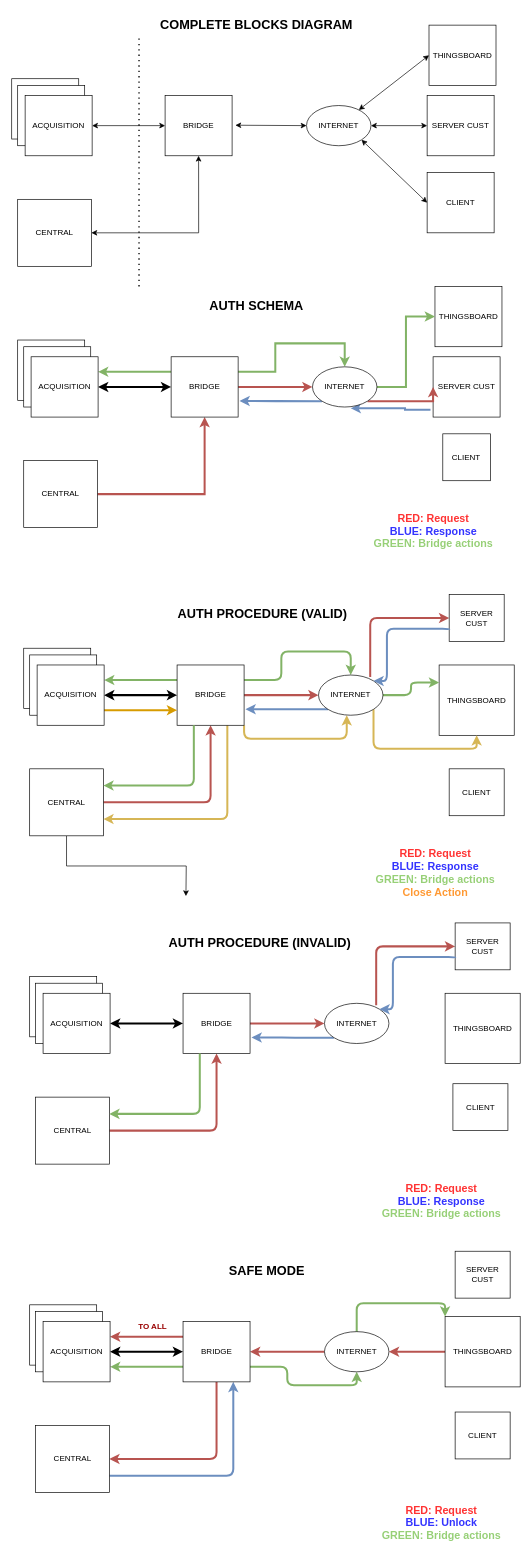
The draw.io diagram page "Page-1" (1 of 2) of Doc/Blocks/Working_Blocks/Working_Blocks.drawio in fmarzo/SMASHBOX, before the edit. Source tidied: cells renumbered, new cells numbered last; positions are measured from the earlier drawing's top-left corner, leaving out a move shared by most shapes. Both pictures are drawn from the tidied source at 67%, with x=0, y=0 at pixel (11, 11).
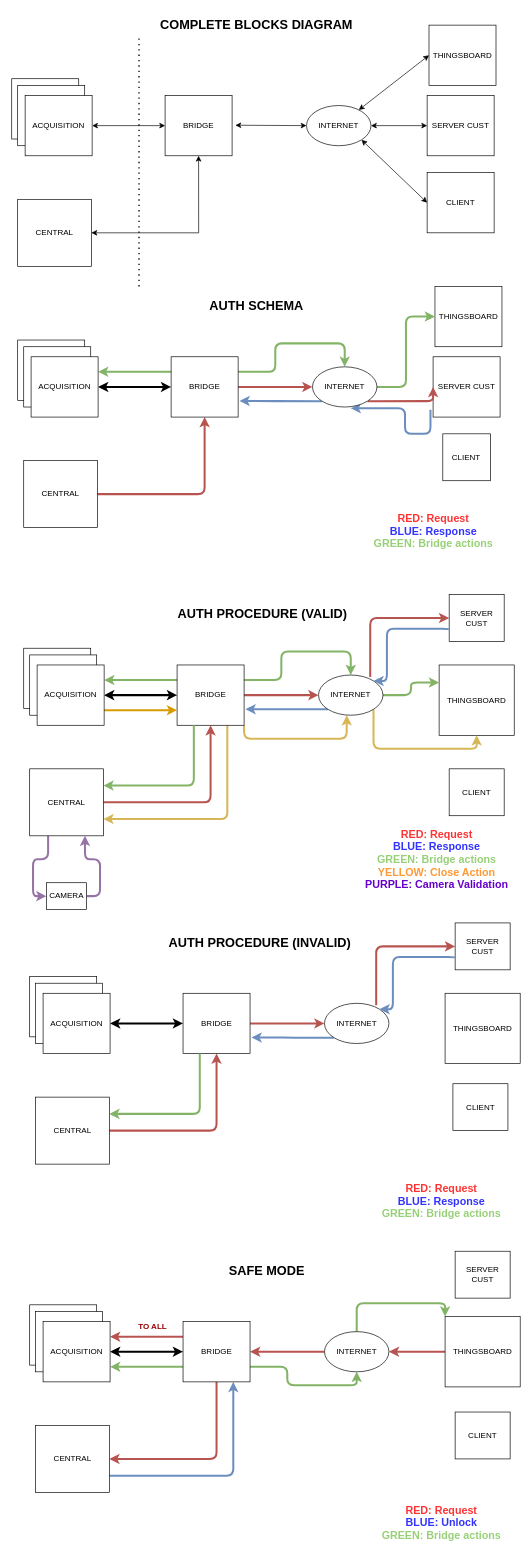
Above is the later version.

Commit message (it also covers changes not shown here):
fix: update with new descr and graph

Unchanged cells that the change refers to:
```xml
<mxCell id="21" value="CENTRAL" style="rounded=0;whiteSpace=wrap;html=1;" parent="1" vertex="1">
  <mxGeometry x="17.9" y="670" width="110" height="100" as="geometry" />
</mxCell>
<mxCell id="25" value="BRIDGE" style="rounded=0;whiteSpace=wrap;html=1;" parent="1" vertex="1">
  <mxGeometry x="237.9" y="515" width="100" height="90" as="geometry" />
</mxCell>
<mxCell id="26" value="THINGSBOARD" style="rounded=0;whiteSpace=wrap;html=1;" parent="1" vertex="1">
  <mxGeometry x="631.7" y="410" width="100" height="90" as="geometry" />
</mxCell>
<mxCell id="27" value="SERVER CUST" style="rounded=0;whiteSpace=wrap;html=1;" parent="1" vertex="1">
  <mxGeometry x="628.9" y="515" width="100" height="90" as="geometry" />
</mxCell>
<mxCell id="34" value="INTERNET" style="ellipse;whiteSpace=wrap;html=1;" parent="1" vertex="1">
  <mxGeometry x="448.9" y="530" width="96.2" height="60" as="geometry" />
</mxCell>
<mxCell id="41" value="CENTRAL" style="rounded=0;whiteSpace=wrap;html=1;" parent="1" vertex="1">
  <mxGeometry x="26.8" y="1130" width="110" height="100" as="geometry" />
</mxCell>
```

What changed in the source:
```diff
@@
-    <mxCell id="20" style="edgeStyle=orthogonalEdgeStyle;rounded=0;jettySize=auto;html=1;entryX=0.5;entryY=1;entryDx=0;entryDy=0;fillColor=#f8cecc;strokeColor=#b85450;strokeWidth=3;" parent="1" edge="1" source="21" target="25">
+    <mxCell id="20" style="edgeStyle=orthogonalEdgeStyle;rounded=1;jettySize=auto;html=1;entryX=0.5;entryY=1;entryDx=0;entryDy=0;fillColor=#f8cecc;strokeColor=#b85450;strokeWidth=3;" parent="1" edge="1" source="21" target="25">
       <mxGeometry relative="1" as="geometry" />
     </mxCell>
@@
-    <mxCell id="24" style="edgeStyle=orthogonalEdgeStyle;rounded=0;jettySize=auto;html=1;exitX=1;exitY=0.25;exitDx=0;exitDy=0;entryX=0.5;entryY=0;entryDx=0;entryDy=0;fillColor=#d5e8d4;strokeColor=#82b366;strokeWidth=3;" parent="1" edge="1" source="25" target="34">
+    <mxCell id="24" style="edgeStyle=orthogonalEdgeStyle;rounded=1;jettySize=auto;html=1;exitX=1;exitY=0.25;exitDx=0;exitDy=0;entryX=0.5;entryY=0;entryDx=0;entryDy=0;fillColor=#d5e8d4;strokeColor=#82b366;strokeWidth=3;" parent="1" edge="1" source="25" target="34">
       <mxGeometry relative="1" as="geometry" />
     </mxCell>
@@
-    <mxCell id="28" style="edgeStyle=orthogonalEdgeStyle;rounded=0;jettySize=auto;html=1;exitX=-0.039;exitY=0.878;exitDx=0;exitDy=0;entryX=0.593;entryY=1.033;entryDx=0;entryDy=0;entryPerimeter=0;fillColor=#dae8fc;strokeColor=#6c8ebf;strokeWidth=3;exitPerimeter=0;" parent="1" edge="1" source="27" target="34">
-      <mxGeometry relative="1" as="geometry" />
+    <mxCell id="28" style="edgeStyle=orthogonalEdgeStyle;rounded=1;jettySize=auto;html=1;exitX=-0.039;exitY=0.878;exitDx=0;exitDy=0;entryX=0.593;entryY=1.033;entryDx=0;entryDy=0;entryPerimeter=0;fillColor=#dae8fc;strokeColor=#6c8ebf;strokeWidth=3;exitPerimeter=0;" parent="1" edge="1" source="27" target="34">
+      <mxGeometry relative="1" as="geometry">
+        <Array as="points">
+          <mxPoint x="625" y="630" />
+          <mxPoint x="587" y="630" />
+          <mxPoint x="587" y="592" />
+        </Array>
+      </mxGeometry>
     </mxCell>
@@
-    <mxCell id="31" style="edgeStyle=orthogonalEdgeStyle;rounded=0;jettySize=auto;html=1;exitX=1;exitY=1;exitDx=0;exitDy=0;entryX=0;entryY=0.5;entryDx=0;entryDy=0;fillColor=#f8cecc;strokeColor=#b85450;strokeWidth=3;" parent="1" edge="1" source="34" target="27">
+    <mxCell id="31" style="edgeStyle=orthogonalEdgeStyle;rounded=1;jettySize=auto;html=1;exitX=1;exitY=1;exitDx=0;exitDy=0;entryX=0;entryY=0.5;entryDx=0;entryDy=0;fillColor=#f8cecc;strokeColor=#b85450;strokeWidth=3;" parent="1" edge="1" source="34" target="27">
       <mxGeometry relative="1" as="geometry">
         <Array as="points">
           <mxPoint x="629" y="581" />
         </Array>
       </mxGeometry>
     </mxCell>
@@
-    <mxCell id="33" style="edgeStyle=orthogonalEdgeStyle;rounded=0;jettySize=auto;html=1;exitX=1;exitY=0.5;exitDx=0;exitDy=0;entryX=0;entryY=0.5;entryDx=0;entryDy=0;fillColor=#d5e8d4;strokeColor=#82b366;strokeWidth=3;" parent="1" edge="1" source="34" target="26">
+    <mxCell id="33" style="edgeStyle=orthogonalEdgeStyle;rounded=1;jettySize=auto;html=1;exitX=1;exitY=0.5;exitDx=0;exitDy=0;entryX=0;entryY=0.5;entryDx=0;entryDy=0;fillColor=#d5e8d4;strokeColor=#82b366;strokeWidth=3;" parent="1" edge="1" source="34" target="26">
       <mxGeometry relative="1" as="geometry" />
     </mxCell>
@@
-    <mxCell id="40" style="edgeStyle=orthogonalEdgeStyle;rounded=0;jettySize=auto;html=1;exitX=0.5;exitY=1;exitDx=0;exitDy=0;" parent="1" edge="1" source="41">
-      <mxGeometry relative="1" as="geometry">
-        <mxPoint x="260" y="1320" as="targetPoint" />
-      </mxGeometry>
+    <mxCell id="40" style="edgeStyle=orthogonalEdgeStyle;rounded=1;jettySize=auto;html=1;exitX=0.25;exitY=1;exitDx=0;exitDy=0;strokeWidth=3;fillColor=#e1d5e7;strokeColor=#9673a6;entryX=0;entryY=0.5;entryDx=0;entryDy=0;" parent="1" edge="1" source="41" target="105">
+      <mxGeometry relative="1" as="geometry" />
     </mxCell>
@@
-    <mxCell id="59" value="&lt;font style=&quot;font-size: 16px;&quot;&gt;&lt;b&gt;&lt;font color=&quot;#ff3333&quot;&gt;RED: Request&lt;br&gt;&lt;/font&gt;&lt;font color=&quot;#3333ff&quot;&gt;BLUE: Response&lt;/font&gt;&lt;br&gt;&lt;font color=&quot;#97d077&quot;&gt;GREEN: Bridge actions&lt;/font&gt;&lt;br&gt;&lt;font color=&quot;#ff9933&quot;&gt;Close Action&lt;/font&gt;&lt;br&gt;&lt;/b&gt;&lt;/font&gt;" style="text;html=1;align=center;verticalAlign=middle;strokeColor=none;fillColor=none;" parent="1" vertex="1">
-      <mxGeometry x="531.7" y="1240" width="200" height="90" as="geometry" />
+    <mxCell id="59" value="&lt;font style=&quot;font-size: 16px;&quot;&gt;&lt;b&gt;&lt;font color=&quot;#ff3333&quot;&gt;RED: Request&lt;br&gt;&lt;/font&gt;&lt;font color=&quot;#3333ff&quot;&gt;BLUE: Response&lt;/font&gt;&lt;br&gt;&lt;font color=&quot;#97d077&quot;&gt;GREEN: Bridge actions&lt;/font&gt;&lt;br&gt;&lt;font color=&quot;#ff9933&quot;&gt;YELLOW: Close Action&lt;br&gt;&lt;/font&gt;&lt;font color=&quot;#6600cc&quot;&gt;PURPLE: Camera Validation&lt;/font&gt;&lt;br&gt;&lt;/b&gt;&lt;/font&gt;" style="text;html=1;align=center;verticalAlign=middle;strokeColor=none;fillColor=none;" parent="1" vertex="1">
+      <mxGeometry x="513.9" y="1210" width="240" height="110" as="geometry" />
     </mxCell>
@@
+    <mxCell id="104" style="edgeStyle=orthogonalEdgeStyle;rounded=1;jettySize=auto;html=1;exitX=1;exitY=0.5;exitDx=0;exitDy=0;entryX=0.75;entryY=1;entryDx=0;entryDy=0;strokeWidth=3;fillColor=#e1d5e7;strokeColor=#9673a6;" parent="1" edge="1" source="105" target="41">
+      <mxGeometry relative="1" as="geometry" />
+    </mxCell>
+    <mxCell id="105" value="CAMERA" style="rounded=0;whiteSpace=wrap;html=1;" parent="1" vertex="1">
+      <mxGeometry x="51.8" y="1300" width="60" height="40" as="geometry" />
+    </mxCell>
```
